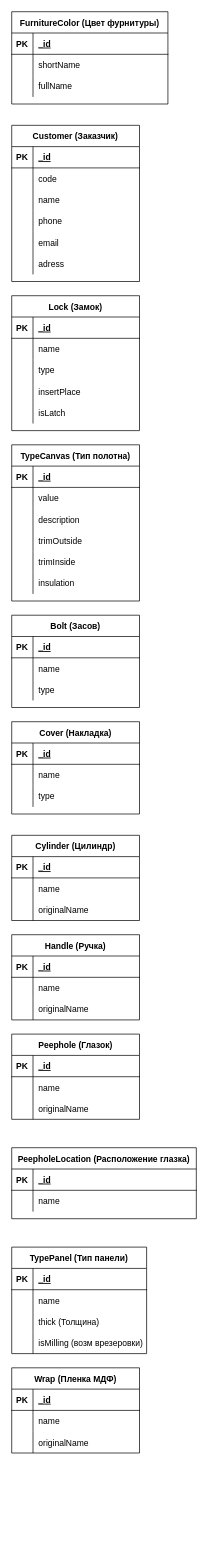
Above: schema.drawio in ProSysYo/bunker (draw.io), before the change. Source tidied: cells renumbered, new cells numbered last; positions are measured from the earlier drawing's top-left corner, leaving out a move shared by most shapes. Both pictures are drawn from the tidied source at 71%, with x=0, y=0 at pixel (11, 11).
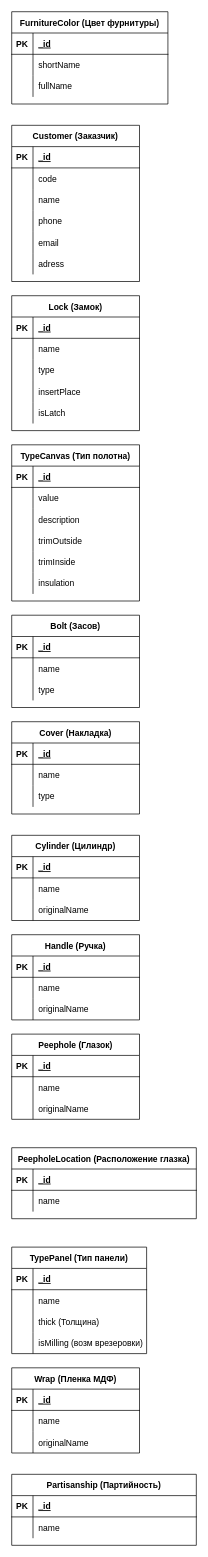
The same diagram, later.

The edit, as a diff of the source:
```diff
@@
+    <mxCell id="146" value="Partisanship (Партийность)" style="shape=table;startSize=30;childLayout=tableLayout;rowLines=0;fontStyle=1;align=center;" parent="1" vertex="1">
+      <mxGeometry y="2060" width="260" height="100" as="geometry" />
+    </mxCell>
+    <mxCell id="147" style="shape=partialRectangle;fillColor=none;top=0;left=0;bottom=1;right=0;" parent="146" vertex="1">
+      <mxGeometry y="30" width="260" height="30" as="geometry" />
+    </mxCell>
+    <mxCell id="148" value="PK" style="shape=partialRectangle;fillColor=none;top=0;left=0;bottom=0;right=0;fontStyle=1;overflow=hidden;" parent="147" vertex="1">
+      <mxGeometry width="30" height="30" as="geometry" />
+    </mxCell>
+    <mxCell id="149" value="_id" style="shape=partialRectangle;fillColor=none;top=0;left=0;bottom=0;right=0;align=left;spacingLeft=6;fontStyle=5;overflow=hidden;" parent="147" vertex="1">
+      <mxGeometry x="30" width="230" height="30" as="geometry" />
+    </mxCell>
+    <mxCell id="150" style="shape=partialRectangle;fillColor=none;top=0;left=0;bottom=0;right=0;" parent="146" vertex="1">
+      <mxGeometry y="60" width="260" height="30" as="geometry" />
+    </mxCell>
+    <mxCell id="151" style="shape=partialRectangle;fillColor=none;top=0;left=0;bottom=0;right=0;overflow=hidden;" parent="150" vertex="1">
+      <mxGeometry width="30" height="30" as="geometry" />
+    </mxCell>
+    <mxCell id="152" value="name" style="shape=partialRectangle;fillColor=none;top=0;left=0;bottom=0;right=0;align=left;spacingLeft=6;overflow=hidden;" parent="150" vertex="1">
+      <mxGeometry x="30" width="230" height="30" as="geometry" />
+    </mxCell>
```
